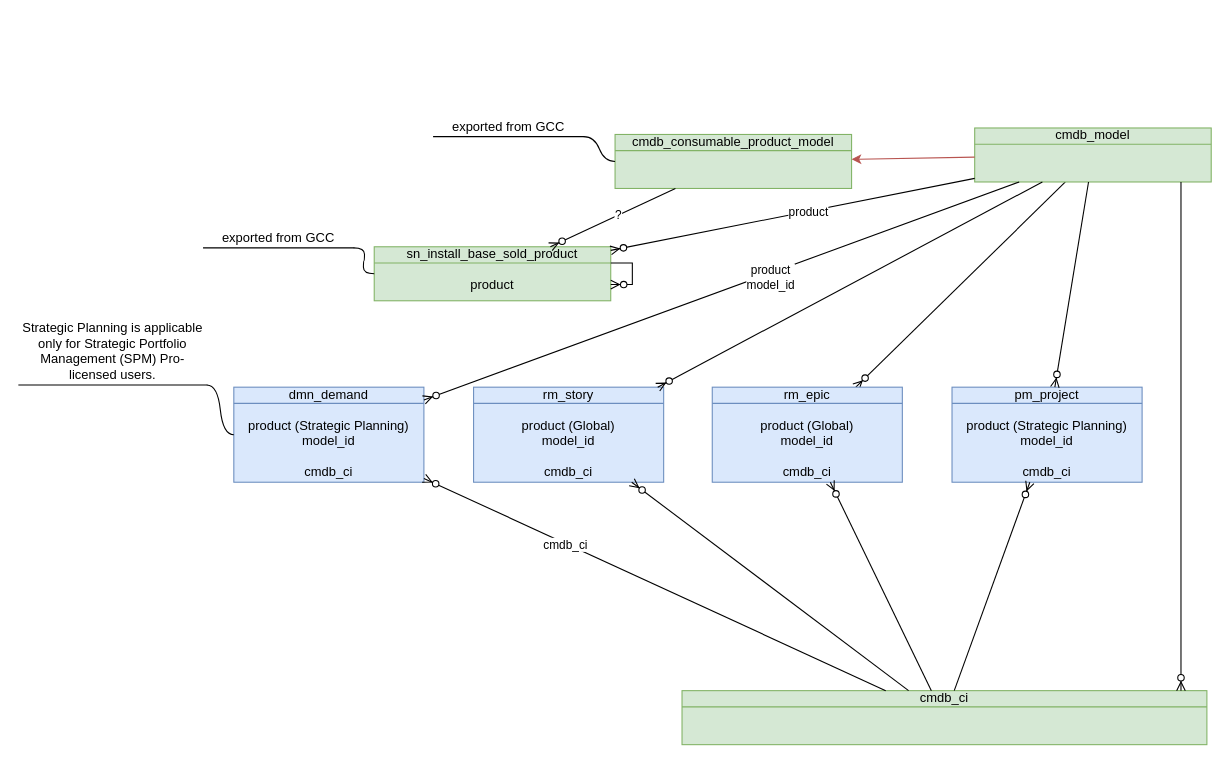
algimas/tmp keeps this draw.io diagram as JTI_product.drawio. Above is the earlier version. Source tidied: cells renumbered, new cells numbered last; positions are measured from the earlier drawing's top-left corner, leaving out a move shared by most shapes. Both pictures are drawn from the tidied source at 108%, with x=0, y=0 at pixel (18, 113).
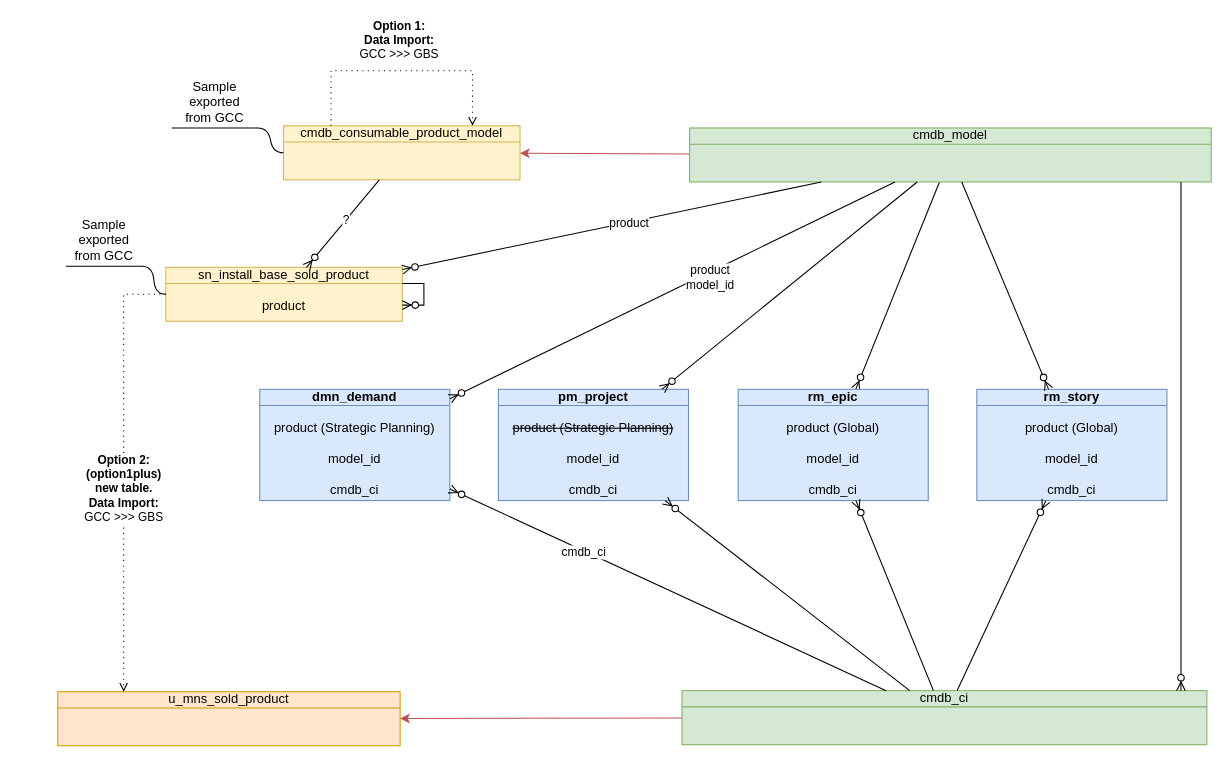
The same page after the edit.

The change refers to these unchanged cells:
```xml
<mxCell id="14" value="cmdb_ci" style="html=1;outlineConnect=0;whiteSpace=wrap;fillColor=#d5e8d4;shape=mxgraph.archimate3.businessObject;overflow=fill;strokeColor=#82b366;" parent="1" vertex="1">
  <mxGeometry x="614" y="534" width="486" height="50" as="geometry" />
</mxCell>
```

What changed in the source:
```diff
@@
-    <mxCell id="2" value="cmdb_consumable_product_model" style="html=1;outlineConnect=0;whiteSpace=wrap;fillColor=#d5e8d4;shape=mxgraph.archimate3.businessObject;overflow=fill;strokeColor=#82b366;" parent="1" vertex="1">
-      <mxGeometry x="552" y="19" width="219" height="50" as="geometry" />
+    <mxCell id="2" value="cmdb_consumable_product_model" style="html=1;outlineConnect=0;whiteSpace=wrap;fillColor=#fff2cc;shape=mxgraph.archimate3.businessObject;overflow=fill;strokeColor=#d6b656;" parent="1" vertex="1">
+      <mxGeometry x="245" y="11" width="219" height="50" as="geometry" />
     </mxCell>
-    <mxCell id="3" value="&lt;div&gt;rm_story&lt;/div&gt;&lt;div&gt;&lt;div&gt;&lt;br&gt;&lt;/div&gt;&lt;div&gt;product (Global)&lt;/div&gt;&lt;div&gt;model_id&lt;/div&gt;&lt;div&gt;&lt;br&gt;&lt;/div&gt;&lt;div&gt;cmdb_ci&lt;/div&gt;&lt;br&gt;&lt;/div&gt;" style="html=1;outlineConnect=0;whiteSpace=wrap;fillColor=#dae8fc;shape=mxgraph.archimate3.businessObject;overflow=fill;strokeColor=#6c8ebf;" parent="1" vertex="1">
-      <mxGeometry x="421" y="253" width="176" height="88" as="geometry" />
+    <mxCell id="3" value="&lt;div&gt;&lt;b&gt;rm_story&lt;/b&gt;&lt;/div&gt;&lt;div&gt;&lt;div&gt;&lt;br&gt;&lt;/div&gt;&lt;div&gt;product (Global)&lt;/div&gt;&lt;div&gt;&lt;br&gt;&lt;/div&gt;&lt;div&gt;model_id&lt;/div&gt;&lt;div&gt;&lt;br&gt;&lt;/div&gt;&lt;div&gt;cmdb_ci&lt;/div&gt;&lt;br&gt;&lt;/div&gt;" style="html=1;outlineConnect=0;whiteSpace=wrap;fillColor=#dae8fc;shape=mxgraph.archimate3.businessObject;overflow=fill;strokeColor=#6c8ebf;" parent="1" vertex="1">
+      <mxGeometry x="887" y="255" width="176" height="103" as="geometry" />
     </mxCell>
@@
     <mxCell id="5" value="cmdb_model" style="html=1;outlineConnect=0;whiteSpace=wrap;fillColor=#d5e8d4;shape=mxgraph.archimate3.businessObject;overflow=fill;strokeColor=#82b366;" parent="1" vertex="1">
-      <mxGeometry x="885" y="13" width="219" height="50" as="geometry" />
+      <mxGeometry x="621" y="13" width="483" height="50" as="geometry" />
     </mxCell>
@@
-    <mxCell id="7" value="&lt;div&gt;rm_epic&lt;/div&gt;&lt;div&gt;&lt;br&gt;&lt;/div&gt;&lt;div&gt;&lt;div&gt;product (Global)&lt;/div&gt;&lt;div&gt;model_id&lt;/div&gt;&lt;div&gt;&lt;br&gt;&lt;/div&gt;&lt;div&gt;cmdb_ci&lt;/div&gt;&lt;br&gt;&lt;/div&gt;" style="html=1;outlineConnect=0;whiteSpace=wrap;fillColor=#dae8fc;shape=mxgraph.archimate3.businessObject;overflow=fill;strokeColor=#6c8ebf;" parent="1" vertex="1">
-      <mxGeometry x="642" y="253" width="176" height="88" as="geometry" />
+    <mxCell id="7" value="&lt;div&gt;&lt;b&gt;rm_epic&lt;/b&gt;&lt;/div&gt;&lt;div&gt;&lt;br&gt;&lt;/div&gt;&lt;div&gt;&lt;div&gt;product (Global)&lt;/div&gt;&lt;div&gt;&lt;br&gt;&lt;/div&gt;&lt;div&gt;model_id&lt;/div&gt;&lt;div&gt;&lt;br&gt;&lt;/div&gt;&lt;div&gt;cmdb_ci&lt;/div&gt;&lt;br&gt;&lt;/div&gt;" style="html=1;outlineConnect=0;whiteSpace=wrap;fillColor=#dae8fc;shape=mxgraph.archimate3.businessObject;overflow=fill;strokeColor=#6c8ebf;" parent="1" vertex="1">
+      <mxGeometry x="666" y="255" width="176" height="103" as="geometry" />
     </mxCell>
@@
-    <mxCell id="9" value="&lt;div&gt;dmn_demand&lt;/div&gt;&lt;div&gt;&lt;br&gt;&lt;/div&gt;&lt;div&gt;product (Strategic Planning)&lt;/div&gt;&lt;div&gt;model_id&lt;/div&gt;&lt;div&gt;&lt;br&gt;&lt;/div&gt;&lt;div&gt;cmdb_ci&lt;/div&gt;" style="html=1;outlineConnect=0;whiteSpace=wrap;fillColor=#dae8fc;shape=mxgraph.archimate3.businessObject;overflow=fill;strokeColor=#6c8ebf;" parent="1" vertex="1">
-      <mxGeometry x="199" y="253" width="176" height="88" as="geometry" />
+    <mxCell id="9" value="&lt;div&gt;&lt;b&gt;dmn_demand&lt;/b&gt;&lt;/div&gt;&lt;div&gt;&lt;br&gt;&lt;/div&gt;&lt;div&gt;product (Strategic Planning)&lt;/div&gt;&lt;div&gt;&lt;br&gt;&lt;/div&gt;&lt;div&gt;model_id&lt;/div&gt;&lt;div&gt;&lt;br&gt;&lt;/div&gt;&lt;div&gt;cmdb_ci&lt;/div&gt;" style="html=1;outlineConnect=0;whiteSpace=wrap;fillColor=#dae8fc;shape=mxgraph.archimate3.businessObject;overflow=fill;strokeColor=#6c8ebf;" parent="1" vertex="1">
+      <mxGeometry x="223" y="255" width="176" height="103" as="geometry" />
     </mxCell>
@@
-    <mxCell id="12" value="&lt;div&gt;pm_project&lt;/div&gt;&lt;div&gt;&lt;br&gt;&lt;/div&gt;&lt;div&gt;&lt;div&gt;product (Strategic Planning)&lt;/div&gt;&lt;div&gt;model_id&lt;/div&gt;&lt;div&gt;&lt;br&gt;&lt;/div&gt;&lt;div&gt;cmdb_ci&lt;/div&gt;&lt;br&gt;&lt;/div&gt;" style="html=1;outlineConnect=0;whiteSpace=wrap;fillColor=#dae8fc;shape=mxgraph.archimate3.businessObject;overflow=fill;strokeColor=#6c8ebf;" parent="1" vertex="1">
-      <mxGeometry x="864" y="253" width="176" height="88" as="geometry" />
+    <mxCell id="12" value="&lt;div&gt;&lt;b&gt;pm_project&lt;/b&gt;&lt;/div&gt;&lt;div&gt;&lt;br&gt;&lt;/div&gt;&lt;div&gt;&lt;div&gt;&lt;strike&gt;product (Strategic Planning)&lt;/strike&gt;&lt;/div&gt;&lt;div&gt;&lt;strike&gt;&lt;br&gt;&lt;/strike&gt;&lt;/div&gt;&lt;div&gt;model_id&lt;/div&gt;&lt;div&gt;&lt;br&gt;&lt;/div&gt;&lt;div&gt;cmdb_ci&lt;/div&gt;&lt;br&gt;&lt;/div&gt;" style="html=1;outlineConnect=0;whiteSpace=wrap;fillColor=#dae8fc;shape=mxgraph.archimate3.businessObject;overflow=fill;strokeColor=#6c8ebf;" parent="1" vertex="1">
+      <mxGeometry x="444" y="255" width="176" height="103" as="geometry" />
     </mxCell>
@@
-    <mxCell id="20" value="exported from GCC" style="whiteSpace=wrap;html=1;shape=partialRectangle;top=0;left=0;bottom=1;right=0;points=[[0,1],[1,1]];fillColor=none;align=center;verticalAlign=bottom;routingCenterY=0.5;snapToPoint=1;newEdgeStyle={&quot;edgeStyle&quot;:&quot;entityRelationEdgeStyle&quot;,&quot;startArrow&quot;:&quot;none&quot;,&quot;endArrow&quot;:&quot;none&quot;,&quot;segment&quot;:10,&quot;curved&quot;:1,&quot;sourcePerimeterSpacing&quot;:0,&quot;targetPerimeterSpacing&quot;:0};" parent="1" vertex="1">
-      <mxGeometry x="384" width="139" height="21" as="geometry" />
+    <mxCell id="20" value="&lt;div&gt;Sample exported&lt;/div&gt;&lt;div&gt;from GCC&lt;/div&gt;" style="whiteSpace=wrap;html=1;shape=partialRectangle;top=0;left=0;bottom=1;right=0;points=[[0,1],[1,1]];fillColor=none;align=center;verticalAlign=bottom;routingCenterY=0.5;snapToPoint=1;newEdgeStyle={&quot;edgeStyle&quot;:&quot;entityRelationEdgeStyle&quot;,&quot;startArrow&quot;:&quot;none&quot;,&quot;endArrow&quot;:&quot;none&quot;,&quot;segment&quot;:10,&quot;curved&quot;:1,&quot;sourcePerimeterSpacing&quot;:0,&quot;targetPerimeterSpacing&quot;:0};" parent="1" vertex="1">
+      <mxGeometry x="142" y="-28" width="79" height="41" as="geometry" />
     </mxCell>
@@
-    <mxCell id="22" value="&lt;div&gt;sn_install_base_sold_product&lt;/div&gt;&lt;div&gt;&lt;br&gt;&lt;/div&gt;&lt;div&gt;product&lt;/div&gt;" style="html=1;outlineConnect=0;whiteSpace=wrap;fillColor=#d5e8d4;shape=mxgraph.archimate3.businessObject;overflow=fill;strokeColor=#82b366;" parent="1" vertex="1">
-      <mxGeometry x="329" y="123" width="219" height="50" as="geometry" />
+    <mxCell id="22" value="&lt;div&gt;sn_install_base_sold_product&lt;/div&gt;&lt;div&gt;&lt;br&gt;&lt;/div&gt;&lt;div&gt;product&lt;/div&gt;" style="html=1;outlineConnect=0;whiteSpace=wrap;fillColor=#fff2cc;shape=mxgraph.archimate3.businessObject;overflow=fill;strokeColor=#d6b656;" parent="1" vertex="1">
+      <mxGeometry x="136" y="142" width="219" height="50" as="geometry" />
     </mxCell>
@@
-    <mxCell id="26" value="exported from GCC" style="whiteSpace=wrap;html=1;shape=partialRectangle;top=0;left=0;bottom=1;right=0;points=[[0,1],[1,1]];fillColor=none;align=center;verticalAlign=bottom;routingCenterY=0.5;snapToPoint=1;newEdgeStyle={&quot;edgeStyle&quot;:&quot;entityRelationEdgeStyle&quot;,&quot;startArrow&quot;:&quot;none&quot;,&quot;endArrow&quot;:&quot;none&quot;,&quot;segment&quot;:10,&quot;curved&quot;:1,&quot;sourcePerimeterSpacing&quot;:0,&quot;targetPerimeterSpacing&quot;:0};" parent="1" vertex="1">
-      <mxGeometry x="171" y="103" width="139" height="21" as="geometry" />
+    <mxCell id="26" value="&lt;div&gt;Sample exported&lt;/div&gt;&lt;div&gt;from GCC&lt;/div&gt;" style="whiteSpace=wrap;html=1;shape=partialRectangle;top=0;left=0;bottom=1;right=0;points=[[0,1],[1,1]];fillColor=none;align=center;verticalAlign=bottom;routingCenterY=0.5;snapToPoint=1;newEdgeStyle={&quot;edgeStyle&quot;:&quot;entityRelationEdgeStyle&quot;,&quot;startArrow&quot;:&quot;none&quot;,&quot;endArrow&quot;:&quot;none&quot;,&quot;segment&quot;:10,&quot;curved&quot;:1,&quot;sourcePerimeterSpacing&quot;:0,&quot;targetPerimeterSpacing&quot;:0};" parent="1" vertex="1">
+      <mxGeometry x="44" y="100" width="70" height="41" as="geometry" />
     </mxCell>
@@
-    <mxCell id="30" value="Strategic Planning is applicable only for Strategic Portfolio Management (SPM) Pro-licensed users." style="whiteSpace=wrap;html=1;shape=partialRectangle;top=0;left=0;bottom=1;right=0;points=[[0,1],[1,1]];fillColor=none;align=center;verticalAlign=bottom;routingCenterY=0.5;snapToPoint=1;newEdgeStyle={&quot;edgeStyle&quot;:&quot;entityRelationEdgeStyle&quot;,&quot;startArrow&quot;:&quot;none&quot;,&quot;endArrow&quot;:&quot;none&quot;,&quot;segment&quot;:10,&quot;curved&quot;:1,&quot;sourcePerimeterSpacing&quot;:0,&quot;targetPerimeterSpacing&quot;:0};" parent="1" vertex="1">
-      <mxGeometry y="179" width="174" height="72" as="geometry" />
-    </mxCell>
-    <mxCell id="31" style="edgeStyle=entityRelationEdgeStyle;startArrow=none;endArrow=none;segment=10;curved=1;sourcePerimeterSpacing=0;targetPerimeterSpacing=0;rounded=0;" parent="1" edge="1" source="9" target="30">
-      <mxGeometry relative="1" as="geometry" />
-    </mxCell>
@@
+    <mxCell id="33" value="u_mns_sold_product" style="html=1;outlineConnect=0;whiteSpace=wrap;fillColor=#ffe6cc;shape=mxgraph.archimate3.businessObject;overflow=fill;strokeColor=#d79b00;" parent="1" vertex="1">
+      <mxGeometry x="36" y="535" width="317" height="50" as="geometry" />
+    </mxCell>
+    <mxCell id="34" style="endArrow=classic;html=1;rounded=0;fillColor=#f8cecc;strokeColor=#b85450;" parent="1" edge="1" source="14" target="33">
+      <mxGeometry relative="1" as="geometry" />
+    </mxCell>
+    <mxCell id="35" style="html=1;endArrow=open;endFill=0;dashed=1;dashPattern=1 4;rounded=0;edgeStyle=elbowEdgeStyle;" parent="1" edge="1" source="22" target="33">
+      <mxGeometry relative="1" as="geometry">
+        <Array as="points">
+          <mxPoint x="97" y="358" />
+        </Array>
+      </mxGeometry>
+    </mxCell>
+    <mxCell id="36" value="&lt;div&gt;&lt;b&gt;Option 2:&lt;/b&gt;&lt;/div&gt;&lt;div&gt;&lt;b&gt;(option1plus)&lt;/b&gt;&lt;/div&gt;&lt;div&gt;&lt;b&gt;new table.&lt;/b&gt;&lt;/div&gt;&lt;div&gt;&lt;b&gt;Data Import:&lt;/b&gt;&lt;/div&gt;GCC &amp;gt;&amp;gt;&amp;gt; GBS" style="edgeLabel;html=1;align=center;verticalAlign=middle;" parent="35" vertex="1">
+      <mxGeometry x="0.07" y="-1" relative="1" as="geometry" />
+    </mxCell>
+    <mxCell id="37" style="html=1;endArrow=open;endFill=0;dashed=1;dashPattern=1 4;rounded=0;edgeStyle=elbowEdgeStyle;elbow=vertical;" parent="1" edge="1" source="2" target="2">
+      <mxGeometry relative="1" as="geometry">
+        <Array as="points">
+          <mxPoint x="289" y="-40" />
+        </Array>
+      </mxGeometry>
+    </mxCell>
+    <mxCell id="38" value="&lt;div&gt;&lt;b&gt;Option 1:&lt;/b&gt;&lt;/div&gt;&lt;div&gt;&lt;b&gt;Data Import:&lt;/b&gt;&lt;/div&gt;GCC &amp;gt;&amp;gt;&amp;gt; GBS" style="edgeLabel;html=1;align=center;verticalAlign=middle;" parent="37" vertex="1">
+      <mxGeometry x="0.07" y="-1" relative="1" as="geometry">
+        <mxPoint x="-12" y="-30" as="offset" />
+      </mxGeometry>
+    </mxCell>
```
